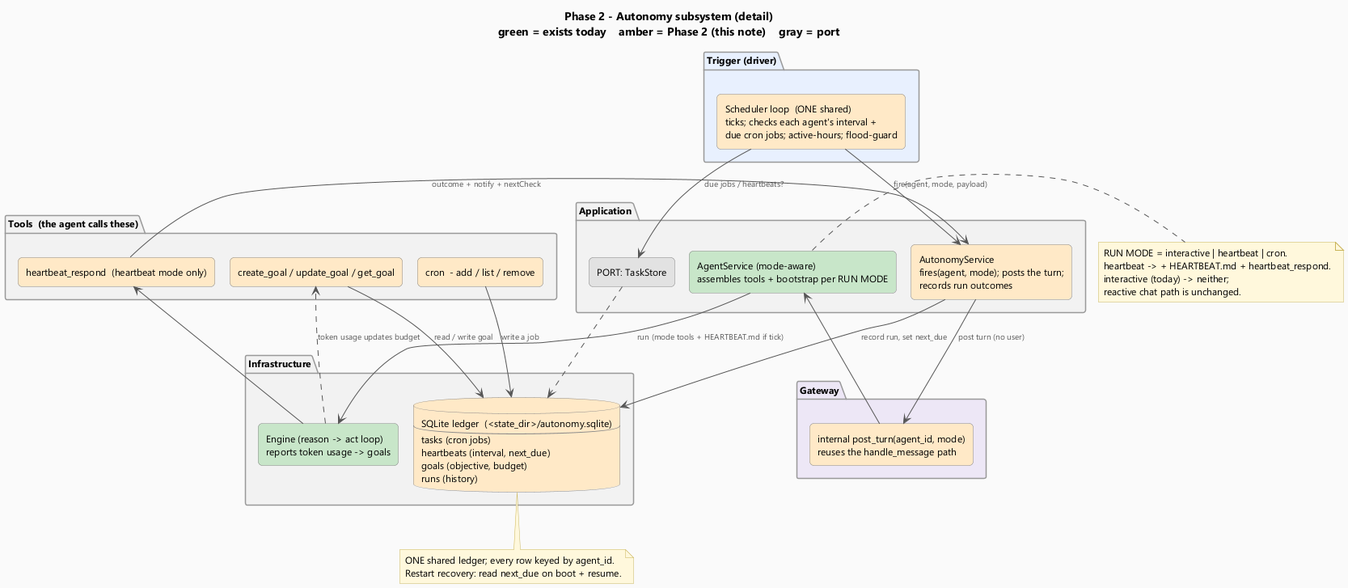
Above: v2/planning/platform/agents/agent-autonomy-detail.png in SaptarshiMazumder/pc-agent (PlantUML), before the change. The source it was exported from:
```plantuml
@startuml agent-autonomy-detail

skinparam backgroundColor #FAFAFA
skinparam shadowing false
skinparam defaultFontName "Segoe UI"
skinparam defaultFontSize 12
skinparam nodesep 18
skinparam ranksep 70
skinparam ArrowColor #555555
skinparam ArrowFontColor #5A5A5A
skinparam ArrowFontSize 10
skinparam package {
  BorderColor #999999
  FontStyle bold
}
skinparam rectangle {
  BorderColor #888888
  roundCorner 10
}
skinparam database {
  BorderColor #888888
}
skinparam note {
  BackgroundColor #FFF8DC
  BorderColor #C9B458
}

title Phase 2 - Autonomy subsystem (detail)\ngreen = exists today    amber = Phase 2 (this note)    gray = port

package "Trigger (driver)" #E8F0FE {
  rectangle "Scheduler loop  (ONE shared)\nticks; checks each agent's interval +\ndue cron jobs; active-hours; flood-guard" as SCHED #FFE9C7
}

package "Application" #F2F2F2 {
  rectangle "PORT: TaskStore" as P_TS #E2E2E2
  rectangle "AutonomyService\nfires(agent, mode); posts the turn;\nrecords run outcomes" as AUTO #FFE9C7
  rectangle "AgentService (mode-aware)\nassembles tools + bootstrap per RUN MODE" as SVC #C8E6C9
}

package "Gateway" #EDE7F6 {
  rectangle "internal post_turn(agent_id, mode)\nreuses the handle_message path" as GW #FFE9C7
}

package "Infrastructure" #F2F2F2 {
  database "SQLite ledger  (<state_dir>/autonomy.sqlite)\n--\ntasks (cron jobs)\nheartbeats (interval, next_due)\ngoals (objective, budget)\nruns (history)" as DB #FFE9C7
  rectangle "Engine (reason -> act loop)\nreports token usage -> goals" as ENG #C8E6C9
}

package "Tools  (the agent calls these)" #F2F2F2 {
  rectangle "cron  - add / list / remove" as T_CRON #FFE9C7
  rectangle "create_goal / update_goal / get_goal" as T_GOAL #FFE9C7
  rectangle "heartbeat_respond  (heartbeat mode only)" as T_HB #FFE9C7
}

SCHED --> P_TS : due jobs / heartbeats?
P_TS ..> DB
SCHED --> AUTO : fire(agent, mode, payload)
AUTO --> GW : post turn (no user)
GW --> SVC
SVC --> ENG : run (mode tools + HEARTBEAT.md if tick)
ENG --> T_HB
T_HB --> AUTO : outcome + notify + nextCheck
AUTO --> DB : record run, set next_due
T_CRON --> DB : write a job
T_GOAL --> DB : read / write goal
ENG ..> T_GOAL : token usage updates budget

note right of SVC
  RUN MODE = interactive | heartbeat | cron.
  heartbeat -> + HEARTBEAT.md + heartbeat_respond.
  interactive (today) -> neither;
  reactive chat path is unchanged.
end note

note bottom of DB
  ONE shared ledger; every row keyed by agent_id.
  Restart recovery: read next_due on boot + resume.
end note

@enduml
```
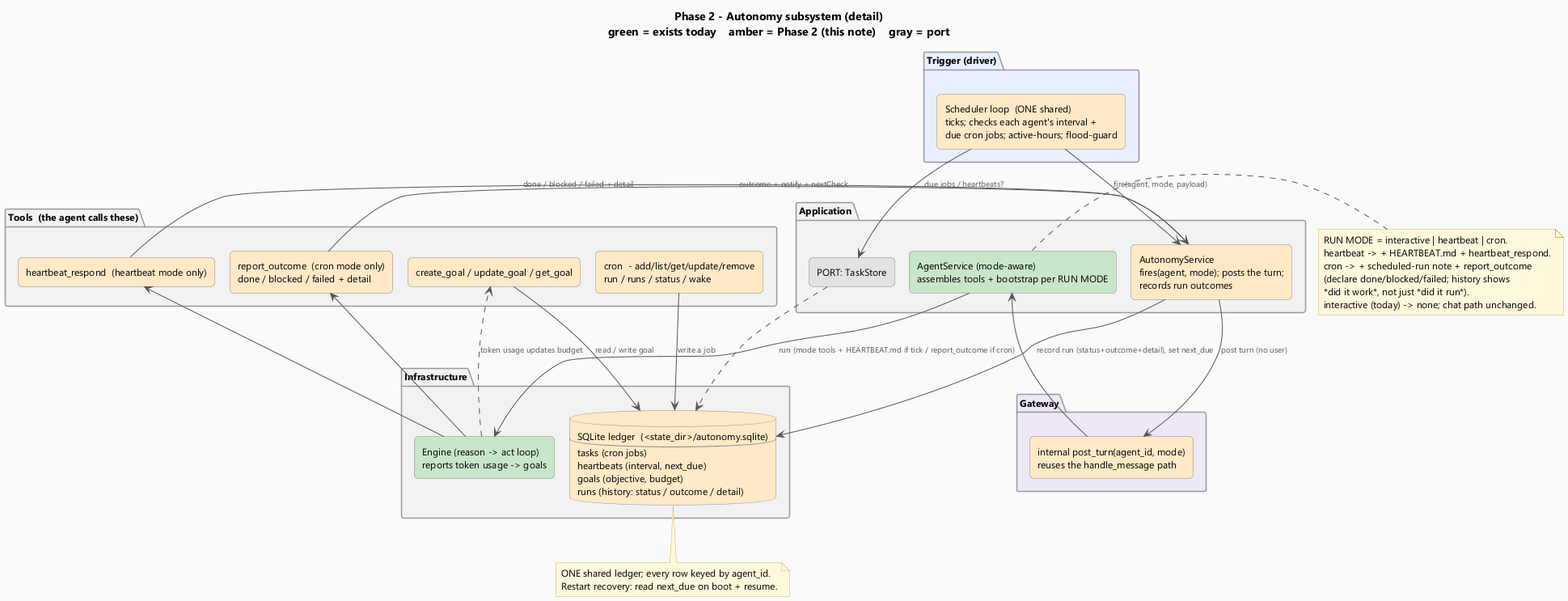
After the change.

The edit, as a diff of the source:
```diff
@@ -42,14 +42,15 @@
 }
 
 package "Infrastructure" #F2F2F2 {
-  database "SQLite ledger  (<state_dir>/autonomy.sqlite)\n--\ntasks (cron jobs)\nheartbeats (interval, next_due)\ngoals (objective, budget)\nruns (history)" as DB #FFE9C7
+  database "SQLite ledger  (<state_dir>/autonomy.sqlite)\n--\ntasks (cron jobs)\nheartbeats (interval, next_due)\ngoals (objective, budget)\nruns (history: status / outcome / detail)" as DB #FFE9C7
   rectangle "Engine (reason -> act loop)\nreports token usage -> goals" as ENG #C8E6C9
 }
 
 package "Tools  (the agent calls these)" #F2F2F2 {
-  rectangle "cron  - add / list / remove" as T_CRON #FFE9C7
+  rectangle "cron  - add/list/get/update/remove\nrun / runs / status / wake" as T_CRON #FFE9C7
   rectangle "create_goal / update_goal / get_goal" as T_GOAL #FFE9C7
   rectangle "heartbeat_respond  (heartbeat mode only)" as T_HB #FFE9C7
+  rectangle "report_outcome  (cron mode only)\ndone / blocked / failed + detail" as T_OUT #FFE9C7
 }
 
 SCHED --> P_TS : due jobs / heartbeats?
@@ -57,10 +58,12 @@
 SCHED --> AUTO : fire(agent, mode, payload)
 AUTO --> GW : post turn (no user)
 GW --> SVC
-SVC --> ENG : run (mode tools + HEARTBEAT.md if tick)
+SVC --> ENG : run (mode tools + HEARTBEAT.md if tick / report_outcome if cron)
 ENG --> T_HB
+ENG --> T_OUT
 T_HB --> AUTO : outcome + notify + nextCheck
-AUTO --> DB : record run, set next_due
+T_OUT --> AUTO : done / blocked / failed + detail
+AUTO --> DB : record run (status+outcome+detail), set next_due
 T_CRON --> DB : write a job
 T_GOAL --> DB : read / write goal
 ENG ..> T_GOAL : token usage updates budget
@@ -68,8 +71,10 @@
 note right of SVC
   RUN MODE = interactive | heartbeat | cron.
   heartbeat -> + HEARTBEAT.md + heartbeat_respond.
-  interactive (today) -> neither;
-  reactive chat path is unchanged.
+  cron -> + scheduled-run note + report_outcome
+  (declare done/blocked/failed; history shows
+  *did it work*, not just *did it run*).
+  interactive (today) -> none; chat path unchanged.
 end note
 
 note bottom of DB
```
